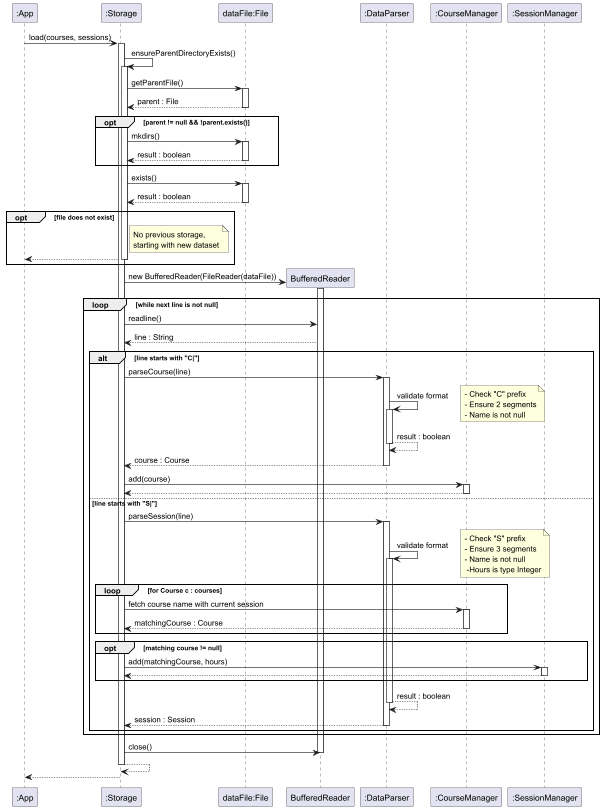
The PlantUML diagram docs/diagrams/StorageLoadSequenceDiagram.png in t-kandasami/tp, before a commit. Its diagram source:
```plantuml
@startuml

participant ":App" as App
participant ":Storage" as Storage
participant "dataFile:File" as File
participant "BufferedReader" as BR
participant ":DataParser" as Parser
participant ":CourseManager" as CM
participant ":SessionManager" as SM

App -> Storage: load(courses, sessions)
activate Storage

Storage -> Storage: ensureParentDirectoryExists()
activate Storage

Storage -> File: getParentFile()
activate File

File --> Storage: parent : File
deactivate File

opt parent != null && !parent.exists()
    Storage -> File: mkdirs()
    activate File

    File --> Storage: result : boolean
    deactivate File
end

Storage -> File: exists()
activate File
File --> Storage: result : boolean
deactivate File

opt file does not exist
    note right of Storage: No previous storage,\nstarting with new dataset
    Storage --> App
    deactivate Storage
end

Storage -> BR**: new BufferedReader(FileReader(dataFile))
activate BR

loop while next line is not null
Storage -> BR: readline()
    BR --> Storage: line : String
    alt line starts with "C|"
        Storage -> Parser: parseCourse(line)
        activate Parser
        Parser -> Parser: validate format
        activate Parser

        note right: - Check "C" prefix\n- Ensure 2 segments\n- Name is not null
        Parser --> Parser: result : boolean
        deactivate Parser
        Parser --> Storage: course : Course
        deactivate Parser

        Storage -> CM: add(course)
        activate CM
        CM --> Storage
        deactivate CM

    else line starts with "S|"
        Storage -> Parser: parseSession(line)
        activate Parser
        Parser -> Parser: validate format
        activate Parser
        note right: - Check "S" prefix\n- Ensure 3 segments\n- Name is not null\n -Hours is type Integer

        loop for Course c : courses
        Storage -> CM: fetch course name with current session
        activate CM
        CM --> Storage: matchingCourse : Course
        deactivate CM
        end


        opt matching course != null
            Storage -> SM: add(matchingCourse, hours)
            activate SM
            SM --> Storage
            deactivate SM
        end

        Parser --> Parser: result : boolean
        deactivate Parser
        Parser --> Storage: session : Session
        deactivate Parser
    end
end

Storage -> BR: close()
deactivate BR
Storage --> Storage
deactivate Storage
Storage --> App
deactivate Storage


@enduml
```
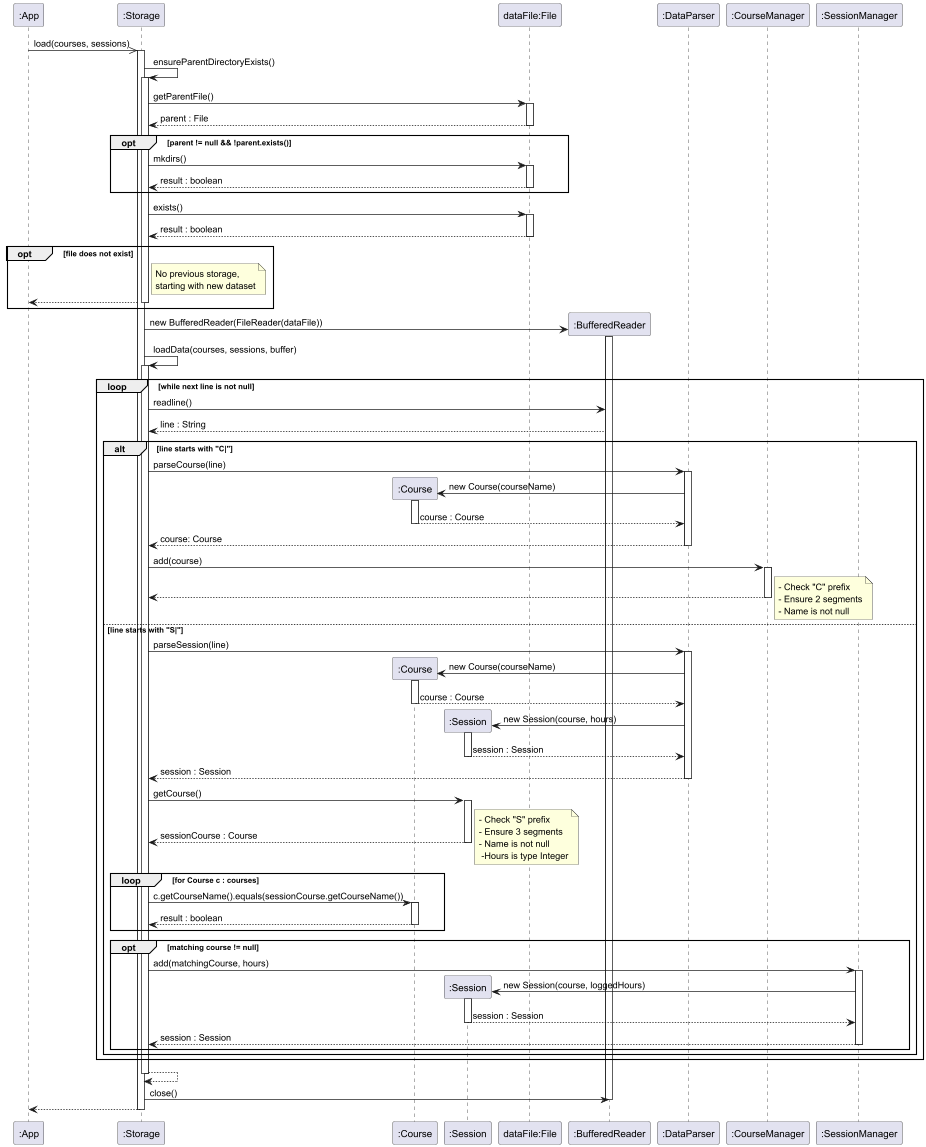
Above is the later version.

Commit message:
fix: add missing details to Storage Component load sequence diagram

Change to the diagram source:
```diff
@@ -2,13 +2,15 @@
 
 participant ":App" as App
 participant ":Storage" as Storage
+participant ":Course" as Course
+participant ":Session" as Session
 participant "dataFile:File" as File
-participant "BufferedReader" as BR
+participant ":BufferedReader" as BR
 participant ":DataParser" as Parser
 participant ":CourseManager" as CM
 participant ":SessionManager" as SM
 
-App -> Storage: load(courses, sessions)
+App ->> Storage: load(courses, sessions)
 activate Storage
 
 Storage -> Storage: ensureParentDirectoryExists()
@@ -42,19 +44,24 @@
 Storage -> BR**: new BufferedReader(FileReader(dataFile))
 activate BR
 
+Storage -> Storage: loadData(courses, sessions, buffer)
+activate Storage
+
+
 loop while next line is not null
 Storage -> BR: readline()
     BR --> Storage: line : String
+
     alt line starts with "C|"
         Storage -> Parser: parseCourse(line)
         activate Parser
-        Parser -> Parser: validate format
-        activate Parser
 
-        note right: - Check "C" prefix\n- Ensure 2 segments\n- Name is not null
-        Parser --> Parser: result : boolean
-        deactivate Parser
-        Parser --> Storage: course : Course
+        Parser -> Course**: new Course(courseName)
+        activate Course
+        Course --> Parser: course : Course
+        deactivate Course
+
+        Parser --> Storage: course: Course
         deactivate Parser
 
         Storage -> CM: add(course)
@@ -62,39 +69,61 @@
         CM --> Storage
         deactivate CM
 
+        note right: - Check "C" prefix\n- Ensure 2 segments\n- Name is not null
+
     else line starts with "S|"
+
         Storage -> Parser: parseSession(line)
         activate Parser
-        Parser -> Parser: validate format
-        activate Parser
+
+        Parser -> Course**: new Course(courseName)
+        activate Course
+        Course --> Parser: course : Course
+        deactivate Course
+
+        Parser -> Session**: new Session(course, hours)
+        activate Session
+        Session --> Parser: session : Session
+        deactivate Session
+
+        Parser --> Storage: session : Session
+        deactivate Parser
+
+        Storage -> Session: getCourse()
+        activate Session
+        Session --> Storage: sessionCourse : Course
+        deactivate Session
+
         note right: - Check "S" prefix\n- Ensure 3 segments\n- Name is not null\n -Hours is type Integer
 
         loop for Course c : courses
-        Storage -> CM: fetch course name with current session
-        activate CM
-        CM --> Storage: matchingCourse : Course
-        deactivate CM
+
+        Storage -> Course: c.getCourseName().equals(sessionCourse.getCourseName())
+        activate Course
+        Course --> Storage: result : boolean
+        deactivate Course
+
         end
-
 
         opt matching course != null
             Storage -> SM: add(matchingCourse, hours)
             activate SM
-            SM --> Storage
+            SM -> Session**: new Session(course, loggedHours)
+            activate Session
+            Session --> SM: session : Session
+            deactivate Session
+            SM --> Storage: session : Session
             deactivate SM
         end
 
-        Parser --> Parser: result : boolean
-        deactivate Parser
-        Parser --> Storage: session : Session
-        deactivate Parser
     end
 end
 
+Storage --> Storage:
+deactivate Storage
+
 Storage -> BR: close()
 deactivate BR
-Storage --> Storage
-deactivate Storage
 Storage --> App
 deactivate Storage
 
```
